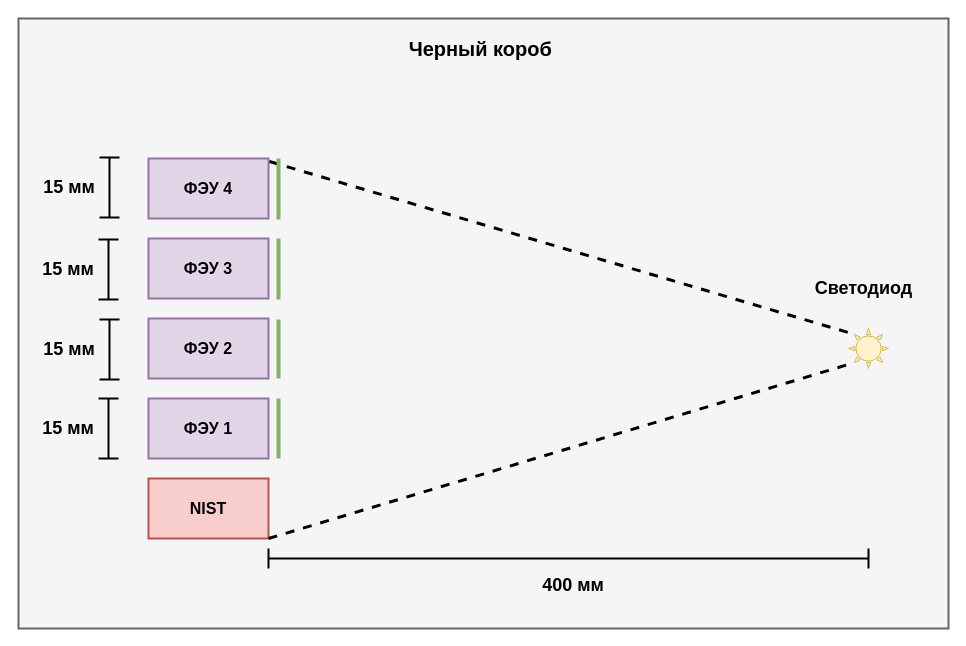
yanshtunder/board_miniEUSO keeps this draw.io diagram as page "Page-3" (3 of 4) of Untitled Diagram.drawio. Above is the earlier version. Source tidied: cells renumbered, new cells numbered last; positions are measured from the earlier drawing's top-left corner, leaving out a move shared by most shapes. Both pictures are drawn from the tidied source at 100%, with x=0, y=0 at pixel (18, 18).
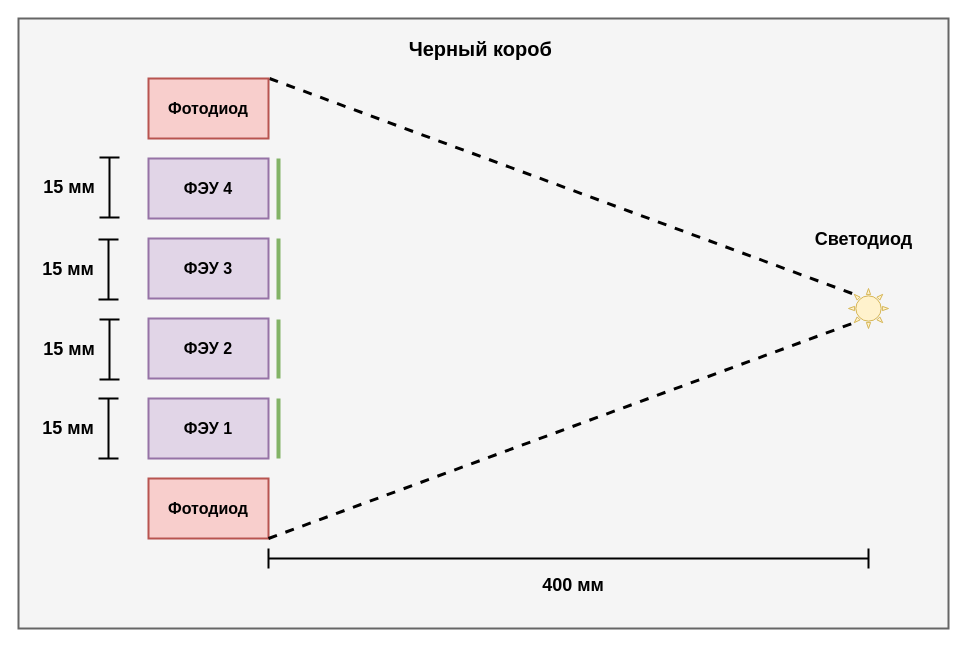
After the change.

Unchanged cells that the change refers to:
```xml
<mxCell id="4" value="&lt;font style=&quot;font-size: 16px&quot;&gt;&lt;b&gt;ФЭУ 4&lt;/b&gt;&lt;/font&gt;" style="rounded=0;whiteSpace=wrap;html=1;strokeWidth=2;fillColor=#e1d5e7;strokeColor=#9673a6;" parent="1" vertex="1">
  <mxGeometry x="130" y="140" width="120" height="60" as="geometry" />
</mxCell>
```

Diff of the diagram source:
```diff
@@
-    <mxCell id="3" value="&lt;b&gt;&lt;font style=&quot;font-size: 16px&quot;&gt;NIST&lt;/font&gt;&lt;/b&gt;" style="rounded=0;whiteSpace=wrap;html=1;fillColor=#f8cecc;strokeColor=#b85450;strokeWidth=2;" parent="1" vertex="1">
+    <mxCell id="3" value="&lt;span style=&quot;font-size: 16px&quot;&gt;&lt;b&gt;Фотодиод&lt;/b&gt;&lt;/span&gt;" style="rounded=0;whiteSpace=wrap;html=1;fillColor=#f8cecc;strokeColor=#b85450;strokeWidth=2;" parent="1" vertex="1">
       <mxGeometry x="130" y="460" width="120" height="60" as="geometry" />
     </mxCell>
@@
     <mxCell id="8" style="verticalLabelPosition=bottom;verticalAlign=top;html=1;shape=mxgraph.basic.sun;fillColor=#fff2cc;strokeColor=#d6b656;" parent="1" vertex="1">
-      <mxGeometry x="830" y="310" width="40" height="40" as="geometry" />
+      <mxGeometry x="830" y="270" width="40" height="40" as="geometry" />
     </mxCell>
@@
-    <mxCell id="13" style="endArrow=none;dashed=1;html=1;strokeWidth=3;entryX=0.145;entryY=0.145;entryDx=0;entryDy=0;entryPerimeter=0;exitX=1.008;exitY=0.05;exitDx=0;exitDy=0;exitPerimeter=0;" parent="1" edge="1" source="4" target="8">
-      <mxGeometry relative="1" as="geometry" />
+    <mxCell id="13" style="endArrow=none;dashed=1;html=1;strokeWidth=3;entryX=0.145;entryY=0.145;entryDx=0;entryDy=0;entryPerimeter=0;" parent="1" edge="1" target="8">
+      <mxGeometry relative="1" as="geometry">
+        <mxPoint x="251" y="60" as="sourcePoint" />
+      </mxGeometry>
     </mxCell>
     <mxCell id="14" value="&lt;font size=&quot;1&quot;&gt;&lt;b style=&quot;font-size: 18px&quot;&gt;Светодиод&lt;/b&gt;&lt;/font&gt;" style="text;html=1;strokeColor=none;fillColor=none;align=center;verticalAlign=middle;whiteSpace=wrap;rounded=0;" parent="1" vertex="1">
-      <mxGeometry x="792.5" y="260" width="105" height="20" as="geometry" />
+      <mxGeometry x="792.5" y="211" width="105" height="20" as="geometry" />
     </mxCell>
@@
+    <mxCell id="27" value="&lt;span style=&quot;font-size: 16px&quot;&gt;&lt;b&gt;Фотодиод&lt;/b&gt;&lt;/span&gt;" style="rounded=0;whiteSpace=wrap;html=1;fillColor=#f8cecc;strokeColor=#b85450;strokeWidth=2;" parent="1" vertex="1">
+      <mxGeometry x="130" y="60" width="120" height="60" as="geometry" />
+    </mxCell>
```
